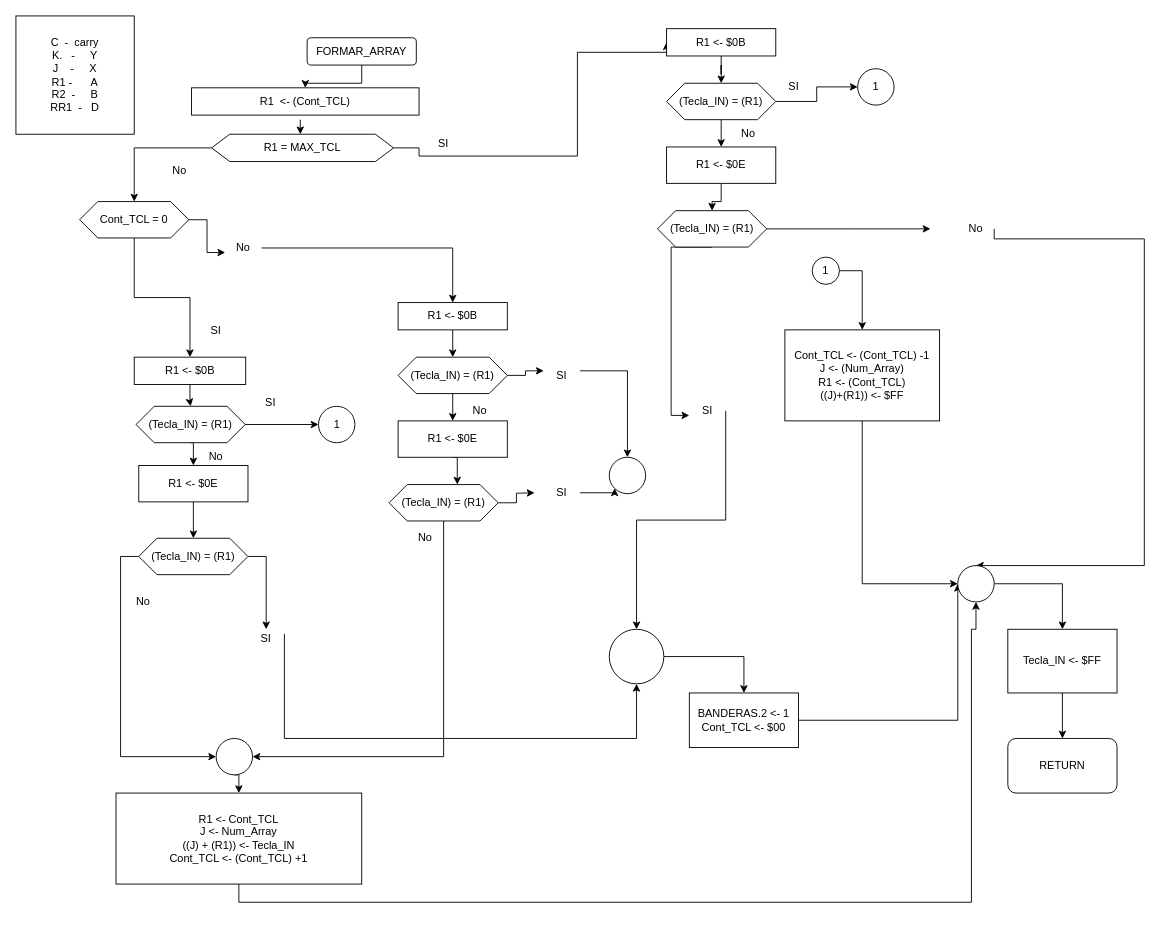
Earlier version of the draw.io diagram 8_runmeter623/diagrams/12_formar_array.drawio (brown9804/Dragon12_MC9S12DP256). Source tidied: cells renumbered, new cells numbered last; positions are measured from the earlier drawing's top-left corner, leaving out a move shared by most shapes. Both pictures are drawn from the tidied source at 91%, with x=0, y=0 at pixel (15, 15).
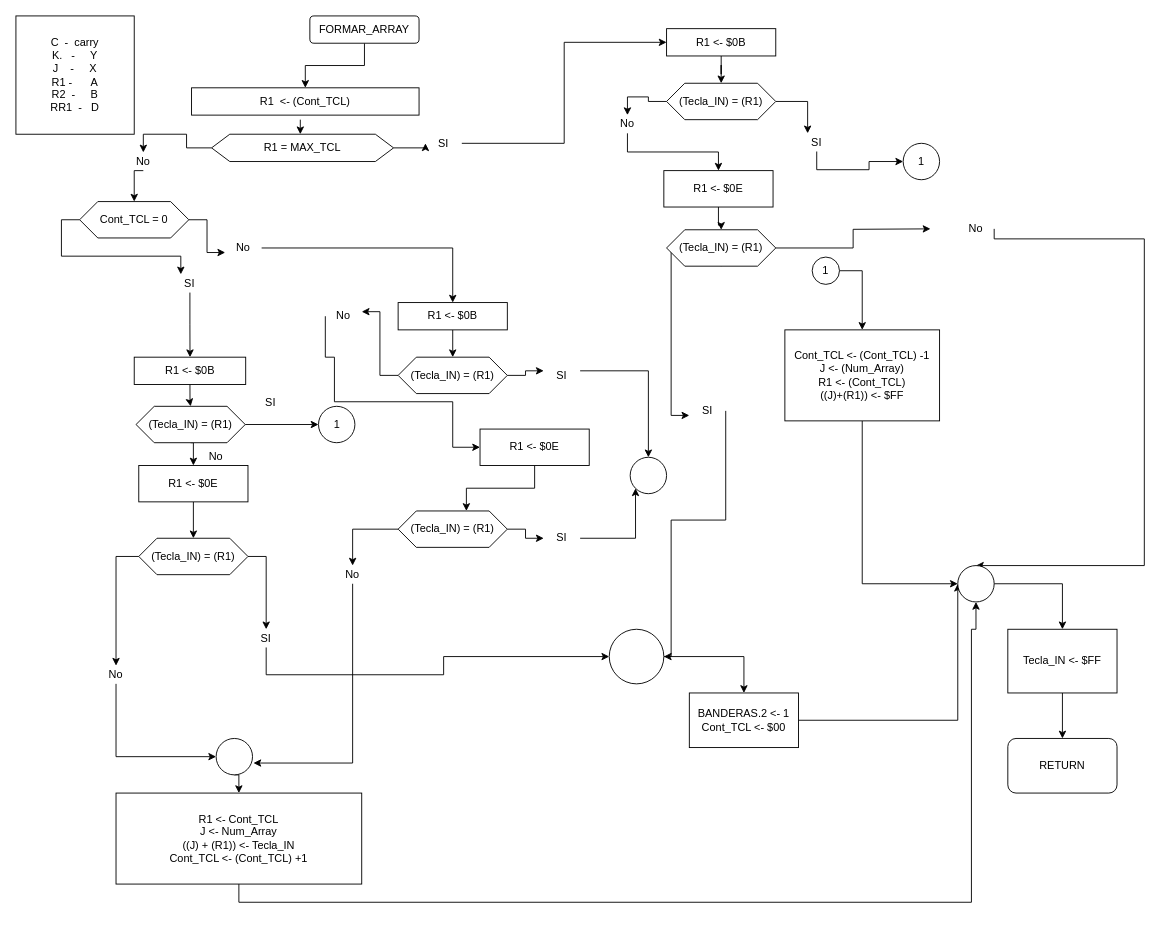
The same page after the edit.

Commit message:
final -> formar_array ✅

Unchanged cells that the change refers to:
```xml
<mxCell id="9" value="R1 = MAX_TCL" style="shape=hexagon;perimeter=hexagonPerimeter2;whiteSpace=wrap;html=1;fixedSize=1;" parent="1" vertex="1">
  <mxGeometry x="215" y="130" width="200" height="30" as="geometry" />
</mxCell>
<mxCell id="11" value="R1 &amp;lt;- $0B" style="rounded=0;whiteSpace=wrap;html=1;" parent="1" vertex="1">
  <mxGeometry x="715" y="14" width="120" height="30" as="geometry" />
</mxCell>
<mxCell id="14" value="(Tecla_IN) = (R1)" style="shape=hexagon;perimeter=hexagonPerimeter2;whiteSpace=wrap;html=1;fixedSize=1;" parent="1" vertex="1">
  <mxGeometry x="715" y="74" width="120" height="40" as="geometry" />
</mxCell>
<mxCell id="23" value="Cont_TCL = 0" style="shape=hexagon;perimeter=hexagonPerimeter2;whiteSpace=wrap;html=1;fixedSize=1;" parent="1" vertex="1">
  <mxGeometry x="70" y="204" width="120" height="40" as="geometry" />
</mxCell>
<mxCell id="25" value="R1 &amp;lt;- $0B" style="rounded=0;whiteSpace=wrap;html=1;" parent="1" vertex="1">
  <mxGeometry x="130" y="375" width="122.5" height="30" as="geometry" />
</mxCell>
<mxCell id="34" value="(Tecla_IN) = (R1)" style="shape=hexagon;perimeter=hexagonPerimeter2;whiteSpace=wrap;html=1;fixedSize=1;" parent="1" vertex="1">
  <mxGeometry x="135" y="574" width="120" height="40" as="geometry" />
</mxCell>
<mxCell id="39" value="(Tecla_IN) = (R1)" style="shape=hexagon;perimeter=hexagonPerimeter2;whiteSpace=wrap;html=1;fixedSize=1;" parent="1" vertex="1">
  <mxGeometry x="420" y="375" width="120" height="40" as="geometry" />
</mxCell>
<mxCell id="47" value="SI" style="text;html=1;strokeColor=none;fillColor=none;align=center;verticalAlign=middle;whiteSpace=wrap;rounded=0;" parent="1" vertex="1">
  <mxGeometry x="255" y="674" width="40" height="20" as="geometry" />
</mxCell>
<mxCell id="51" style="ellipse;whiteSpace=wrap;html=1;" parent="1" vertex="1">
  <mxGeometry x="220" y="794" width="40" height="40" as="geometry" />
</mxCell>
<mxCell id="60" style="ellipse;whiteSpace=wrap;html=1;" parent="1" vertex="1">
  <mxGeometry x="652" y="674" width="60" height="60" as="geometry" />
</mxCell>
<mxCell id="62" value="SI" style="text;html=1;strokeColor=none;fillColor=none;align=center;verticalAlign=middle;whiteSpace=wrap;rounded=0;" parent="1" vertex="1">
  <mxGeometry x="740" y="424" width="40" height="20" as="geometry" />
</mxCell>
<mxCell id="81" value="SI" style="text;html=1;strokeColor=none;fillColor=none;align=center;verticalAlign=middle;whiteSpace=wrap;rounded=0;" parent="1" vertex="1">
  <mxGeometry x="450" y="130" width="40" height="20" as="geometry" />
</mxCell>
```

The edit, as a diff of the source:
```diff
@@
     <mxCell id="3" value="FORMAR_ARRAY" style="rounded=1;whiteSpace=wrap;html=1;" parent="1" vertex="1">
-      <mxGeometry x="320" y="24" width="120" height="30" as="geometry" />
+      <mxGeometry x="323" width="120" height="30" as="geometry" />
     </mxCell>
@@
-    <mxCell id="6" style="edgeStyle=orthogonalEdgeStyle;rounded=0;jettySize=auto;html=1;exitX=1;exitY=0.5;exitDx=0;exitDy=0;entryX=0;entryY=0.5;entryDx=0;entryDy=0;" parent="1" edge="1" source="9" target="11">
-      <mxGeometry relative="1" as="geometry">
-        <Array as="points">
-          <mxPoint x="443" y="145" />
-          <mxPoint x="443" y="154" />
-          <mxPoint x="617" y="154" />
-          <mxPoint x="617" y="40" />
-        </Array>
-      </mxGeometry>
-    </mxCell>
@@
-    <mxCell id="8" style="edgeStyle=orthogonalEdgeStyle;rounded=0;jettySize=auto;html=1;exitX=0;exitY=0.5;exitDx=0;exitDy=0;" parent="1" edge="1" source="9" target="23">
-      <mxGeometry relative="1" as="geometry" />
-    </mxCell>
+    <mxCell id="85" style="edgeStyle=orthogonalEdgeStyle;rounded=0;jettySize=auto;html=1;exitX=0;exitY=0.5;exitDx=0;exitDy=0;entryX=0.5;entryY=0;entryDx=0;entryDy=0;" parent="1" edge="1" source="9" target="76">
+      <mxGeometry relative="1" as="geometry" />
+    </mxCell>
+    <mxCell id="86" style="edgeStyle=orthogonalEdgeStyle;rounded=0;jettySize=auto;html=1;exitX=1;exitY=0.5;exitDx=0;exitDy=0;entryX=0;entryY=0.5;entryDx=0;entryDy=0;" parent="1" edge="1" source="9" target="81">
+      <mxGeometry relative="1" as="geometry" />
+    </mxCell>
@@
-    <mxCell id="12" style="edgeStyle=orthogonalEdgeStyle;rounded=0;jettySize=auto;html=1;exitX=1;exitY=0.5;exitDx=0;exitDy=0;entryX=0;entryY=0.5;entryDx=0;entryDy=0;" parent="1" edge="1" source="14" target="15">
-      <mxGeometry relative="1" as="geometry" />
-    </mxCell>
-    <mxCell id="13" style="edgeStyle=orthogonalEdgeStyle;rounded=0;jettySize=auto;html=1;exitX=0.5;exitY=1;exitDx=0;exitDy=0;entryX=0.5;entryY=0;entryDx=0;entryDy=0;" parent="1" edge="1" source="14" target="17">
-      <mxGeometry relative="1" as="geometry" />
-    </mxCell>
+    <mxCell id="87" style="edgeStyle=orthogonalEdgeStyle;rounded=0;jettySize=auto;html=1;exitX=0;exitY=0.5;exitDx=0;exitDy=0;entryX=0.5;entryY=0;entryDx=0;entryDy=0;" parent="1" edge="1" source="14" target="80">
+      <mxGeometry relative="1" as="geometry" />
+    </mxCell>
+    <mxCell id="88" style="edgeStyle=orthogonalEdgeStyle;rounded=0;jettySize=auto;html=1;exitX=1;exitY=0.5;exitDx=0;exitDy=0;entryX=0.25;entryY=0;entryDx=0;entryDy=0;" parent="1" edge="1" source="14" target="77">
+      <mxGeometry relative="1" as="geometry" />
+    </mxCell>
@@
     <mxCell id="15" value="1" style="ellipse;whiteSpace=wrap;html=1;" parent="1" vertex="1">
-      <mxGeometry x="925" y="58" width="40" height="40" as="geometry" />
+      <mxGeometry x="975" y="140" width="40" height="40" as="geometry" />
     </mxCell>
@@
     <mxCell id="17" value="R1 &amp;lt;- $0E" style="rounded=0;whiteSpace=wrap;html=1;" parent="1" vertex="1">
-      <mxGeometry x="715" y="144" width="120" height="40" as="geometry" />
+      <mxGeometry x="712" y="170" width="120" height="40" as="geometry" />
     </mxCell>
@@
     <mxCell id="20" value="(Tecla_IN) = (R1)" style="shape=hexagon;perimeter=hexagonPerimeter2;whiteSpace=wrap;html=1;fixedSize=1;" parent="1" vertex="1">
-      <mxGeometry x="705" y="214" width="120" height="40" as="geometry" />
+      <mxGeometry x="715" y="235" width="120" height="40" as="geometry" />
     </mxCell>
-    <mxCell id="21" style="edgeStyle=orthogonalEdgeStyle;rounded=0;jettySize=auto;html=1;exitX=0.5;exitY=1;exitDx=0;exitDy=0;entryX=0.5;entryY=0;entryDx=0;entryDy=0;" parent="1" edge="1" source="23" target="25">
-      <mxGeometry relative="1" as="geometry" />
-    </mxCell>
@@
+    <mxCell id="89" style="edgeStyle=orthogonalEdgeStyle;rounded=0;jettySize=auto;html=1;exitX=0;exitY=0.5;exitDx=0;exitDy=0;entryX=0.25;entryY=0;entryDx=0;entryDy=0;" parent="1" edge="1" source="23" target="52">
+      <mxGeometry relative="1" as="geometry" />
+    </mxCell>
@@
-    <mxCell id="33" style="edgeStyle=orthogonalEdgeStyle;rounded=0;jettySize=auto;html=1;exitX=0;exitY=0.5;exitDx=0;exitDy=0;entryX=0;entryY=0.5;entryDx=0;entryDy=0;" parent="1" edge="1" source="34" target="51">
-      <mxGeometry relative="1" as="geometry" />
-    </mxCell>
+    <mxCell id="90" style="edgeStyle=orthogonalEdgeStyle;rounded=0;jettySize=auto;html=1;exitX=0;exitY=0.5;exitDx=0;exitDy=0;entryX=0.5;entryY=0;entryDx=0;entryDy=0;" parent="1" edge="1" source="34" target="82">
+      <mxGeometry relative="1" as="geometry" />
+    </mxCell>
@@
-    <mxCell id="37" style="edgeStyle=orthogonalEdgeStyle;rounded=0;jettySize=auto;html=1;exitX=0.5;exitY=1;exitDx=0;exitDy=0;entryX=0.5;entryY=0;entryDx=0;entryDy=0;" parent="1" edge="1" source="39" target="42">
-      <mxGeometry relative="1" as="geometry" />
-    </mxCell>
@@
+    <mxCell id="91" style="edgeStyle=orthogonalEdgeStyle;rounded=0;jettySize=auto;html=1;exitX=0;exitY=0.5;exitDx=0;exitDy=0;entryX=1;entryY=0.25;entryDx=0;entryDy=0;" parent="1" edge="1" source="39" target="84">
+      <mxGeometry relative="1" as="geometry" />
+    </mxCell>
@@
     <mxCell id="40" style="ellipse;whiteSpace=wrap;html=1;" parent="1" vertex="1">
-      <mxGeometry x="652" y="485" width="40" height="40" as="geometry" />
+      <mxGeometry x="675" y="485" width="40" height="40" as="geometry" />
     </mxCell>
@@
     <mxCell id="42" value="R1 &amp;lt;- $0E" style="rounded=0;whiteSpace=wrap;html=1;" parent="1" vertex="1">
-      <mxGeometry x="420" y="445" width="120" height="40" as="geometry" />
+      <mxGeometry x="510" y="454" width="120" height="40" as="geometry" />
     </mxCell>
-    <mxCell id="43" style="edgeStyle=orthogonalEdgeStyle;rounded=0;jettySize=auto;html=1;exitX=1;exitY=0.5;exitDx=0;exitDy=0;" parent="1" edge="1" source="45">
-      <mxGeometry relative="1" as="geometry">
-        <mxPoint x="570" y="524" as="targetPoint" />
-      </mxGeometry>
+    <mxCell id="43" style="edgeStyle=orthogonalEdgeStyle;rounded=0;jettySize=auto;html=1;exitX=1;exitY=0.5;exitDx=0;exitDy=0;entryX=0;entryY=0.5;entryDx=0;entryDy=0;" parent="1" edge="1" source="45" target="58">
+      <mxGeometry relative="1" as="geometry" />
     </mxCell>
-    <mxCell id="44" style="edgeStyle=orthogonalEdgeStyle;rounded=0;jettySize=auto;html=1;exitX=0.5;exitY=1;exitDx=0;exitDy=0;entryX=1;entryY=0.5;entryDx=0;entryDy=0;" parent="1" edge="1" source="45" target="51">
-      <mxGeometry relative="1" as="geometry" />
-    </mxCell>
+    <mxCell id="92" style="edgeStyle=orthogonalEdgeStyle;rounded=0;jettySize=auto;html=1;exitX=0;exitY=0.5;exitDx=0;exitDy=0;entryX=0.5;entryY=0;entryDx=0;entryDy=0;" parent="1" edge="1" source="45" target="83">
+      <mxGeometry relative="1" as="geometry" />
+    </mxCell>
     <mxCell id="45" value="(Tecla_IN) = (R1)" style="shape=hexagon;perimeter=hexagonPerimeter2;whiteSpace=wrap;html=1;fixedSize=1;" parent="1" vertex="1">
-      <mxGeometry x="410" y="515" width="120" height="40" as="geometry" />
+      <mxGeometry x="420" y="544" width="120" height="40" as="geometry" />
     </mxCell>
-    <mxCell id="46" style="edgeStyle=orthogonalEdgeStyle;rounded=0;jettySize=auto;html=1;exitX=1;exitY=0.25;exitDx=0;exitDy=0;" parent="1" edge="1" source="47" target="60">
+    <mxCell id="46" style="edgeStyle=orthogonalEdgeStyle;rounded=0;jettySize=auto;html=1;exitX=0.5;exitY=1;exitDx=0;exitDy=0;" parent="1" edge="1" source="47" target="60">
       <mxGeometry relative="1" as="geometry">
         <Array as="points">
-          <mxPoint x="295" y="794" />
+          <mxPoint x="275" y="724" />
+          <mxPoint x="470" y="724" />
+          <mxPoint x="470" y="704" />
         </Array>
       </mxGeometry>
     </mxCell>
@@
+    <mxCell id="93" style="edgeStyle=orthogonalEdgeStyle;rounded=0;jettySize=auto;html=1;exitX=0.5;exitY=1;exitDx=0;exitDy=0;" parent="1" edge="1" source="52" target="25">
+      <mxGeometry relative="1" as="geometry" />
+    </mxCell>
     <mxCell id="52" value="SI" style="text;html=1;strokeColor=none;fillColor=none;align=center;verticalAlign=middle;whiteSpace=wrap;rounded=0;" parent="1" vertex="1">
-      <mxGeometry x="200" y="336" width="40" height="20" as="geometry" />
+      <mxGeometry x="171.2" y="284" width="40" height="20" as="geometry" />
     </mxCell>
@@
     <mxCell id="58" value="SI" style="text;html=1;strokeColor=none;fillColor=none;align=center;verticalAlign=middle;whiteSpace=wrap;rounded=0;" parent="1" vertex="1">
-      <mxGeometry x="580" y="514" width="40" height="20" as="geometry" />
+      <mxGeometry x="580" y="564" width="40" height="20" as="geometry" />
     </mxCell>
@@
     <mxCell id="61" style="edgeStyle=orthogonalEdgeStyle;rounded=0;jettySize=auto;html=1;exitX=1;exitY=0.5;exitDx=0;exitDy=0;" parent="1" edge="1" source="62" target="60">
       <mxGeometry relative="1" as="geometry">
         <Array as="points">
-          <mxPoint x="682" y="554" />
+          <mxPoint x="780" y="554" />
+          <mxPoint x="720" y="554" />
+          <mxPoint x="720" y="704" />
         </Array>
       </mxGeometry>
     </mxCell>
@@
+    <mxCell id="94" style="edgeStyle=orthogonalEdgeStyle;rounded=0;jettySize=auto;html=1;exitX=0.5;exitY=1;exitDx=0;exitDy=0;entryX=0.5;entryY=0;entryDx=0;entryDy=0;" parent="1" edge="1" source="76" target="23">
+      <mxGeometry relative="1" as="geometry" />
+    </mxCell>
     <mxCell id="76" value="No" style="text;html=1;strokeColor=none;fillColor=none;align=center;verticalAlign=middle;whiteSpace=wrap;rounded=0;" parent="1" vertex="1">
-      <mxGeometry x="160" y="160" width="40" height="20" as="geometry" />
+      <mxGeometry x="120" y="150" width="40" height="20" as="geometry" />
     </mxCell>
+    <mxCell id="95" style="edgeStyle=orthogonalEdgeStyle;rounded=0;jettySize=auto;html=1;exitX=0.5;exitY=1;exitDx=0;exitDy=0;entryX=0;entryY=0.5;entryDx=0;entryDy=0;" parent="1" edge="1" source="77" target="15">
+      <mxGeometry relative="1" as="geometry" />
+    </mxCell>
     <mxCell id="77" value="SI" style="text;html=1;strokeColor=none;fillColor=none;align=center;verticalAlign=middle;whiteSpace=wrap;rounded=0;" parent="1" vertex="1">
-      <mxGeometry x="835" y="68" width="40" height="20" as="geometry" />
+      <mxGeometry x="860" y="129" width="40" height="20" as="geometry" />
     </mxCell>
@@
+    <mxCell id="96" style="edgeStyle=orthogonalEdgeStyle;rounded=0;jettySize=auto;html=1;exitX=0.5;exitY=1;exitDx=0;exitDy=0;entryX=0.5;entryY=0;entryDx=0;entryDy=0;" parent="1" edge="1" source="80" target="17">
+      <mxGeometry relative="1" as="geometry" />
+    </mxCell>
     <mxCell id="80" value="No" style="text;html=1;strokeColor=none;fillColor=none;align=center;verticalAlign=middle;whiteSpace=wrap;rounded=0;" parent="1" vertex="1">
-      <mxGeometry x="785" y="119" width="40" height="20" as="geometry" />
+      <mxGeometry x="652" y="109" width="40" height="20" as="geometry" />
     </mxCell>
+    <mxCell id="97" style="edgeStyle=orthogonalEdgeStyle;rounded=0;jettySize=auto;html=1;exitX=1;exitY=0.5;exitDx=0;exitDy=0;entryX=0;entryY=0.5;entryDx=0;entryDy=0;" parent="1" edge="1" source="81" target="11">
+      <mxGeometry relative="1" as="geometry" />
+    </mxCell>
@@
+    <mxCell id="98" style="edgeStyle=orthogonalEdgeStyle;rounded=0;jettySize=auto;html=1;exitX=0.5;exitY=1;exitDx=0;exitDy=0;entryX=0;entryY=0.5;entryDx=0;entryDy=0;" parent="1" edge="1" source="82" target="51">
+      <mxGeometry relative="1" as="geometry" />
+    </mxCell>
     <mxCell id="82" value="No" style="text;html=1;strokeColor=none;fillColor=none;align=center;verticalAlign=middle;whiteSpace=wrap;rounded=0;" parent="1" vertex="1">
-      <mxGeometry x="120" y="634" width="40" height="20" as="geometry" />
+      <mxGeometry x="90" y="714" width="40" height="20" as="geometry" />
     </mxCell>
+    <mxCell id="99" style="edgeStyle=orthogonalEdgeStyle;rounded=0;jettySize=auto;html=1;exitX=0.5;exitY=1;exitDx=0;exitDy=0;entryX=1.025;entryY=0.675;entryDx=0;entryDy=0;entryPerimeter=0;" parent="1" edge="1" source="83" target="51">
+      <mxGeometry relative="1" as="geometry" />
+    </mxCell>
     <mxCell id="83" value="No" style="text;html=1;strokeColor=none;fillColor=none;align=center;verticalAlign=middle;whiteSpace=wrap;rounded=0;" parent="1" vertex="1">
-      <mxGeometry x="430" y="564" width="40" height="20" as="geometry" />
+      <mxGeometry x="350" y="604" width="40" height="20" as="geometry" />
     </mxCell>
+    <mxCell id="100" style="edgeStyle=orthogonalEdgeStyle;rounded=0;jettySize=auto;html=1;exitX=0;exitY=0.5;exitDx=0;exitDy=0;" parent="1" edge="1" source="84" target="42">
+      <mxGeometry relative="1" as="geometry">
+        <Array as="points">
+          <mxPoint x="350" y="375" />
+          <mxPoint x="350" y="424" />
+          <mxPoint x="480" y="424" />
+        </Array>
+      </mxGeometry>
+    </mxCell>
     <mxCell id="84" value="No" style="text;html=1;strokeColor=none;fillColor=none;align=center;verticalAlign=middle;whiteSpace=wrap;rounded=0;" parent="1" vertex="1">
-      <mxGeometry x="490" y="424" width="40" height="20" as="geometry" />
+      <mxGeometry x="340" y="320" width="40" height="20" as="geometry" />
     </mxCell>
```
